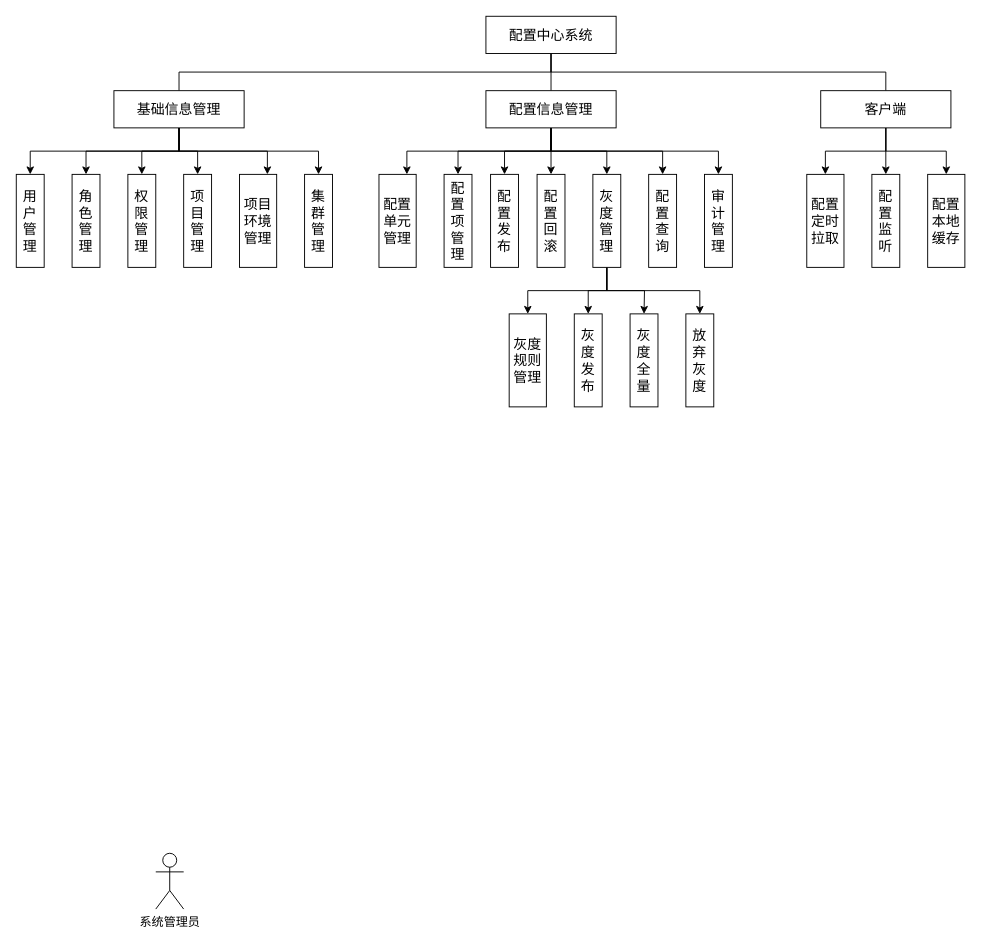
The draw.io diagram page "用例图" (10 of 12) of Untitled Diagram.drawio in WWj5921/ConfigCenter, before the edit. Source tidied: cells renumbered, new cells numbered last; positions are measured from the earlier drawing's top-left corner, leaving out a move shared by most shapes. Both pictures are drawn from the tidied source at 93%, with x=0, y=0 at pixel (16, 16).
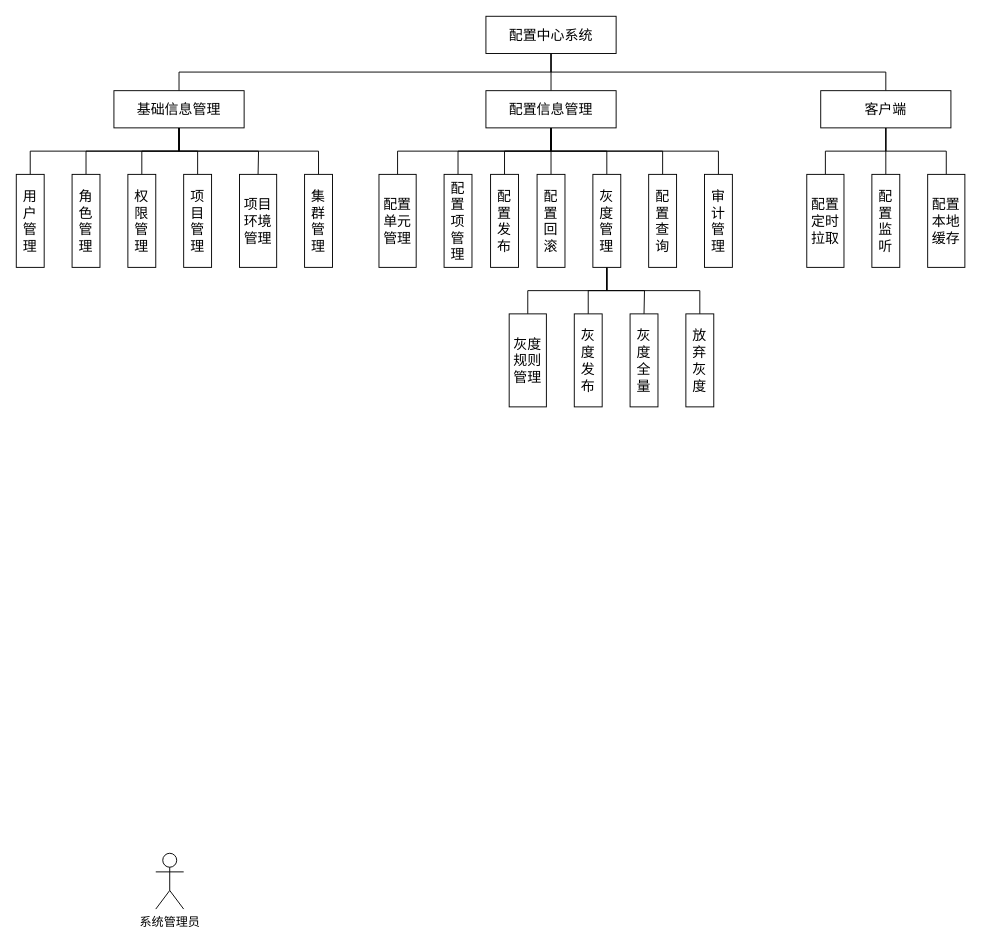
The same diagram, later.

Unchanged cells that the change refers to:
```xml
<mxCell id="10" value="客户端" style="rounded=0;whiteSpace=wrap;html=1;fontSize=15;fontColor=#000000;" parent="1" vertex="1">
  <mxGeometry x="865" y="80" width="140" height="40" as="geometry" />
</mxCell>
<mxCell id="18" value="配置信息管理" style="rounded=0;whiteSpace=wrap;html=1;fontSize=15;fontColor=#000000;" parent="1" vertex="1">
  <mxGeometry x="505" y="80" width="140" height="40" as="geometry" />
</mxCell>
<mxCell id="25" value="基础信息管理" style="rounded=0;whiteSpace=wrap;html=1;fontSize=15;fontColor=#000000;" parent="1" vertex="1">
  <mxGeometry x="105" y="80" width="140" height="40" as="geometry" />
</mxCell>
<mxCell id="26" value="用户管理" style="rounded=0;whiteSpace=wrap;html=1;fontSize=15;fontColor=#000000;" parent="1" vertex="1">
  <mxGeometry y="170" width="30" height="100" as="geometry" />
</mxCell>
<mxCell id="27" value="角色管理" style="rounded=0;whiteSpace=wrap;html=1;fontSize=15;fontColor=#000000;" parent="1" vertex="1">
  <mxGeometry x="60" y="170" width="30" height="100" as="geometry" />
</mxCell>
<mxCell id="28" value="权限管理" style="rounded=0;whiteSpace=wrap;html=1;fontSize=15;fontColor=#000000;" parent="1" vertex="1">
  <mxGeometry x="120" y="170" width="30" height="100" as="geometry" />
</mxCell>
<mxCell id="29" value="项目管理" style="rounded=0;whiteSpace=wrap;html=1;fontSize=15;fontColor=#000000;" parent="1" vertex="1">
  <mxGeometry x="180" y="170" width="30" height="100" as="geometry" />
</mxCell>
<mxCell id="30" value="项目环境管理" style="rounded=0;whiteSpace=wrap;html=1;fontSize=15;fontColor=#000000;" parent="1" vertex="1">
  <mxGeometry x="240" y="170" width="40" height="100" as="geometry" />
</mxCell>
<mxCell id="31" value="配置单元管理" style="rounded=0;whiteSpace=wrap;html=1;fontSize=15;fontColor=#000000;" parent="1" vertex="1">
  <mxGeometry x="390" y="170" width="40" height="100" as="geometry" />
</mxCell>
<mxCell id="32" value="配置项管理" style="rounded=0;whiteSpace=wrap;html=1;fontSize=15;fontColor=#000000;" parent="1" vertex="1">
  <mxGeometry x="460" y="170" width="30" height="100" as="geometry" />
</mxCell>
<mxCell id="33" value="集群管理" style="rounded=0;whiteSpace=wrap;html=1;fontSize=15;fontColor=#000000;" parent="1" vertex="1">
  <mxGeometry x="310" y="170" width="30" height="100" as="geometry" />
</mxCell>
<mxCell id="34" value="配置发布" style="rounded=0;whiteSpace=wrap;html=1;fontSize=15;fontColor=#000000;" parent="1" vertex="1">
  <mxGeometry x="510" y="170" width="30" height="100" as="geometry" />
</mxCell>
<mxCell id="35" value="审计管理" style="rounded=0;whiteSpace=wrap;html=1;fontSize=15;fontColor=#000000;" parent="1" vertex="1">
  <mxGeometry x="740" y="170" width="30" height="100" as="geometry" />
</mxCell>
<mxCell id="36" value="配置回滚" style="rounded=0;whiteSpace=wrap;html=1;fontSize=15;fontColor=#000000;" parent="1" vertex="1">
  <mxGeometry x="560" y="170" width="30" height="100" as="geometry" />
</mxCell>
<mxCell id="41" value="灰度管理" style="rounded=0;whiteSpace=wrap;html=1;fontSize=15;fontColor=#000000;" parent="1" vertex="1">
  <mxGeometry x="620" y="170" width="30" height="100" as="geometry" />
</mxCell>
<mxCell id="42" value="配置查询" style="rounded=0;whiteSpace=wrap;html=1;fontSize=15;fontColor=#000000;" parent="1" vertex="1">
  <mxGeometry x="680" y="170" width="30" height="100" as="geometry" />
</mxCell>
<mxCell id="43" value="放弃灰度" style="rounded=0;whiteSpace=wrap;html=1;fontSize=15;fontColor=#000000;" parent="1" vertex="1">
  <mxGeometry x="720" y="320" width="30" height="100" as="geometry" />
</mxCell>
<mxCell id="45" value="灰度发布" style="rounded=0;whiteSpace=wrap;html=1;fontSize=15;fontColor=#000000;" parent="1" vertex="1">
  <mxGeometry x="600" y="320" width="30" height="100" as="geometry" />
</mxCell>
<mxCell id="46" value="灰度规则管理" style="rounded=0;whiteSpace=wrap;html=1;fontSize=15;fontColor=#000000;" parent="1" vertex="1">
  <mxGeometry x="530" y="320" width="40" height="100" as="geometry" />
</mxCell>
<mxCell id="47" value="配置定时拉取" style="rounded=0;whiteSpace=wrap;html=1;fontSize=15;fontColor=#000000;" parent="1" vertex="1">
  <mxGeometry x="850" y="170" width="40" height="100" as="geometry" />
</mxCell>
<mxCell id="48" value="配置监听" style="rounded=0;whiteSpace=wrap;html=1;fontSize=15;fontColor=#000000;" parent="1" vertex="1">
  <mxGeometry x="920" y="170" width="30" height="100" as="geometry" />
</mxCell>
<mxCell id="49" value="配置本地缓存" style="rounded=0;whiteSpace=wrap;html=1;fontSize=15;fontColor=#000000;" parent="1" vertex="1">
  <mxGeometry x="980" y="170" width="40" height="100" as="geometry" />
</mxCell>
```

What changed in the source:
```diff
@@
-    <mxCell id="7" style="edgeStyle=orthogonalEdgeStyle;rounded=0;jettySize=auto;html=1;entryX=0.5;entryY=0;entryDx=0;entryDy=0;" parent="1" edge="1" source="10" target="47">
+    <mxCell id="7" style="edgeStyle=orthogonalEdgeStyle;rounded=0;jettySize=auto;html=1;entryX=0.5;entryY=0;entryDx=0;entryDy=0;endArrow=none;endFill=0;" parent="1" edge="1" source="10" target="47">
       <mxGeometry relative="1" as="geometry" />
     </mxCell>
-    <mxCell id="8" style="edgeStyle=orthogonalEdgeStyle;rounded=0;jettySize=auto;html=1;entryX=0.5;entryY=0;entryDx=0;entryDy=0;" parent="1" edge="1" source="10" target="48">
+    <mxCell id="8" style="edgeStyle=orthogonalEdgeStyle;rounded=0;jettySize=auto;html=1;entryX=0.5;entryY=0;entryDx=0;entryDy=0;endArrow=none;endFill=0;" parent="1" edge="1" source="10" target="48">
       <mxGeometry relative="1" as="geometry" />
     </mxCell>
-    <mxCell id="9" style="edgeStyle=orthogonalEdgeStyle;rounded=0;jettySize=auto;html=1;" parent="1" edge="1" source="10" target="49">
+    <mxCell id="9" style="edgeStyle=orthogonalEdgeStyle;rounded=0;jettySize=auto;html=1;endArrow=none;endFill=0;" parent="1" edge="1" source="10" target="49">
       <mxGeometry relative="1" as="geometry" />
     </mxCell>
@@
-    <mxCell id="11" style="edgeStyle=orthogonalEdgeStyle;rounded=0;jettySize=auto;html=1;entryX=0.75;entryY=0;entryDx=0;entryDy=0;exitX=0.5;exitY=1;exitDx=0;exitDy=0;" parent="1" edge="1" source="18" target="31">
+    <mxCell id="11" style="edgeStyle=orthogonalEdgeStyle;rounded=0;jettySize=auto;html=1;entryX=0.5;entryY=0;entryDx=0;entryDy=0;exitX=0.5;exitY=1;exitDx=0;exitDy=0;endArrow=none;endFill=0;" parent="1" edge="1" source="18" target="31">
       <mxGeometry relative="1" as="geometry" />
     </mxCell>
-    <mxCell id="12" style="edgeStyle=orthogonalEdgeStyle;rounded=0;jettySize=auto;html=1;" parent="1" edge="1" source="18" target="34">
+    <mxCell id="12" style="edgeStyle=orthogonalEdgeStyle;rounded=0;jettySize=auto;html=1;endArrow=none;endFill=0;" parent="1" edge="1" source="18" target="34">
       <mxGeometry relative="1" as="geometry" />
     </mxCell>
-    <mxCell id="13" style="edgeStyle=orthogonalEdgeStyle;rounded=0;jettySize=auto;html=1;exitX=0.5;exitY=1;exitDx=0;exitDy=0;" parent="1" edge="1" source="18" target="32">
+    <mxCell id="13" style="edgeStyle=orthogonalEdgeStyle;rounded=0;jettySize=auto;html=1;exitX=0.5;exitY=1;exitDx=0;exitDy=0;endArrow=none;endFill=0;" parent="1" edge="1" source="18" target="32">
       <mxGeometry relative="1" as="geometry" />
     </mxCell>
-    <mxCell id="14" style="edgeStyle=orthogonalEdgeStyle;rounded=0;jettySize=auto;html=1;entryX=0.5;entryY=0;entryDx=0;entryDy=0;" parent="1" edge="1" source="18" target="36">
+    <mxCell id="14" style="edgeStyle=orthogonalEdgeStyle;rounded=0;jettySize=auto;html=1;entryX=0.5;entryY=0;entryDx=0;entryDy=0;endArrow=none;endFill=0;" parent="1" edge="1" source="18" target="36">
       <mxGeometry relative="1" as="geometry" />
     </mxCell>
-    <mxCell id="15" style="edgeStyle=orthogonalEdgeStyle;rounded=0;jettySize=auto;html=1;entryX=0.5;entryY=0;entryDx=0;entryDy=0;" parent="1" edge="1" source="18" target="41">
+    <mxCell id="15" style="edgeStyle=orthogonalEdgeStyle;rounded=0;jettySize=auto;html=1;entryX=0.5;entryY=0;entryDx=0;entryDy=0;endArrow=none;endFill=0;" parent="1" edge="1" source="18" target="41">
       <mxGeometry relative="1" as="geometry" />
     </mxCell>
-    <mxCell id="16" style="edgeStyle=orthogonalEdgeStyle;rounded=0;jettySize=auto;html=1;exitX=0.5;exitY=1;exitDx=0;exitDy=0;" parent="1" edge="1" source="18" target="42">
+    <mxCell id="16" style="edgeStyle=orthogonalEdgeStyle;rounded=0;jettySize=auto;html=1;exitX=0.5;exitY=1;exitDx=0;exitDy=0;endArrow=none;endFill=0;" parent="1" edge="1" source="18" target="42">
       <mxGeometry relative="1" as="geometry" />
     </mxCell>
-    <mxCell id="17" style="edgeStyle=orthogonalEdgeStyle;rounded=0;jettySize=auto;html=1;entryX=0.5;entryY=0;entryDx=0;entryDy=0;exitX=0.5;exitY=1;exitDx=0;exitDy=0;" parent="1" edge="1" source="18" target="35">
+    <mxCell id="17" style="edgeStyle=orthogonalEdgeStyle;rounded=0;jettySize=auto;html=1;entryX=0.5;entryY=0;entryDx=0;entryDy=0;exitX=0.5;exitY=1;exitDx=0;exitDy=0;endArrow=none;endFill=0;" parent="1" edge="1" source="18" target="35">
       <mxGeometry relative="1" as="geometry" />
     </mxCell>
@@
-    <mxCell id="19" style="edgeStyle=orthogonalEdgeStyle;rounded=0;jettySize=auto;html=1;exitX=0.5;exitY=1;exitDx=0;exitDy=0;" parent="1" edge="1" source="25" target="26">
+    <mxCell id="19" style="edgeStyle=orthogonalEdgeStyle;rounded=0;jettySize=auto;html=1;exitX=0.5;exitY=1;exitDx=0;exitDy=0;endArrow=none;endFill=0;" parent="1" edge="1" source="25" target="26">
       <mxGeometry relative="1" as="geometry" />
     </mxCell>
-    <mxCell id="20" style="edgeStyle=orthogonalEdgeStyle;rounded=0;jettySize=auto;html=1;entryX=0.5;entryY=0;entryDx=0;entryDy=0;exitX=0.5;exitY=1;exitDx=0;exitDy=0;" parent="1" edge="1" source="25" target="27">
+    <mxCell id="20" style="edgeStyle=orthogonalEdgeStyle;rounded=0;jettySize=auto;html=1;entryX=0.5;entryY=0;entryDx=0;entryDy=0;exitX=0.5;exitY=1;exitDx=0;exitDy=0;endArrow=none;endFill=0;" parent="1" edge="1" source="25" target="27">
       <mxGeometry relative="1" as="geometry" />
     </mxCell>
-    <mxCell id="21" style="edgeStyle=orthogonalEdgeStyle;rounded=0;jettySize=auto;html=1;entryX=0.5;entryY=0;entryDx=0;entryDy=0;" parent="1" edge="1" source="25" target="28">
+    <mxCell id="21" style="edgeStyle=orthogonalEdgeStyle;rounded=0;jettySize=auto;html=1;entryX=0.5;entryY=0;entryDx=0;entryDy=0;endArrow=none;endFill=0;" parent="1" edge="1" source="25" target="28">
       <mxGeometry relative="1" as="geometry" />
     </mxCell>
-    <mxCell id="22" style="edgeStyle=orthogonalEdgeStyle;rounded=0;jettySize=auto;html=1;entryX=0.5;entryY=0;entryDx=0;entryDy=0;" parent="1" edge="1" source="25" target="29">
+    <mxCell id="22" style="edgeStyle=orthogonalEdgeStyle;rounded=0;jettySize=auto;html=1;entryX=0.5;entryY=0;entryDx=0;entryDy=0;endArrow=none;endFill=0;" parent="1" edge="1" source="25" target="29">
       <mxGeometry relative="1" as="geometry" />
     </mxCell>
-    <mxCell id="23" style="edgeStyle=orthogonalEdgeStyle;rounded=0;jettySize=auto;html=1;entryX=0.75;entryY=0;entryDx=0;entryDy=0;" parent="1" edge="1" source="25" target="30">
-      <mxGeometry relative="1" as="geometry" />
+    <mxCell id="23" style="edgeStyle=orthogonalEdgeStyle;rounded=0;jettySize=auto;html=1;exitX=0.5;exitY=1;exitDx=0;exitDy=0;endArrow=none;endFill=0;" parent="1" edge="1" source="25">
+      <mxGeometry relative="1" as="geometry">
+        <mxPoint x="260" y="170" as="targetPoint" />
+      </mxGeometry>
     </mxCell>
-    <mxCell id="24" style="edgeStyle=orthogonalEdgeStyle;rounded=0;jettySize=auto;html=1;entryX=0.5;entryY=0;entryDx=0;entryDy=0;exitX=0.5;exitY=1;exitDx=0;exitDy=0;" parent="1" edge="1" source="25" target="33">
+    <mxCell id="24" style="edgeStyle=orthogonalEdgeStyle;rounded=0;jettySize=auto;html=1;entryX=0.5;entryY=0;entryDx=0;entryDy=0;exitX=0.5;exitY=1;exitDx=0;exitDy=0;endArrow=none;endFill=0;" parent="1" edge="1" source="25" target="33">
       <mxGeometry relative="1" as="geometry" />
     </mxCell>
@@
-    <mxCell id="37" style="edgeStyle=orthogonalEdgeStyle;rounded=0;jettySize=auto;html=1;exitX=0.5;exitY=1;exitDx=0;exitDy=0;entryX=0.5;entryY=0;entryDx=0;entryDy=0;" parent="1" edge="1" source="41" target="46">
+    <mxCell id="37" style="edgeStyle=orthogonalEdgeStyle;rounded=0;jettySize=auto;html=1;exitX=0.5;exitY=1;exitDx=0;exitDy=0;entryX=0.5;entryY=0;entryDx=0;entryDy=0;endArrow=none;endFill=0;" parent="1" edge="1" source="41" target="46">
       <mxGeometry relative="1" as="geometry" />
     </mxCell>
-    <mxCell id="38" style="edgeStyle=orthogonalEdgeStyle;rounded=0;jettySize=auto;html=1;entryX=0.5;entryY=0;entryDx=0;entryDy=0;" parent="1" edge="1" source="41" target="45">
+    <mxCell id="38" style="edgeStyle=orthogonalEdgeStyle;rounded=0;jettySize=auto;html=1;entryX=0.5;entryY=0;entryDx=0;entryDy=0;endArrow=none;endFill=0;" parent="1" edge="1" source="41" target="45">
       <mxGeometry relative="1" as="geometry" />
     </mxCell>
-    <mxCell id="39" style="edgeStyle=orthogonalEdgeStyle;rounded=0;jettySize=auto;html=1;exitX=0.5;exitY=1;exitDx=0;exitDy=0;" parent="1" edge="1" source="41">
+    <mxCell id="39" style="edgeStyle=orthogonalEdgeStyle;rounded=0;jettySize=auto;html=1;exitX=0.5;exitY=1;exitDx=0;exitDy=0;endArrow=none;endFill=0;" parent="1" edge="1" source="41">
       <mxGeometry relative="1" as="geometry">
         <mxPoint x="675" y="320" as="targetPoint" />
       </mxGeometry>
     </mxCell>
-    <mxCell id="40" style="edgeStyle=orthogonalEdgeStyle;rounded=0;jettySize=auto;html=1;entryX=0.5;entryY=0;entryDx=0;entryDy=0;exitX=0.5;exitY=1;exitDx=0;exitDy=0;" parent="1" edge="1" source="41" target="43">
+    <mxCell id="40" style="edgeStyle=orthogonalEdgeStyle;rounded=0;jettySize=auto;html=1;entryX=0.5;entryY=0;entryDx=0;entryDy=0;exitX=0.5;exitY=1;exitDx=0;exitDy=0;endArrow=none;endFill=0;" parent="1" edge="1" source="41" target="43">
       <mxGeometry relative="1" as="geometry" />
     </mxCell>
```
